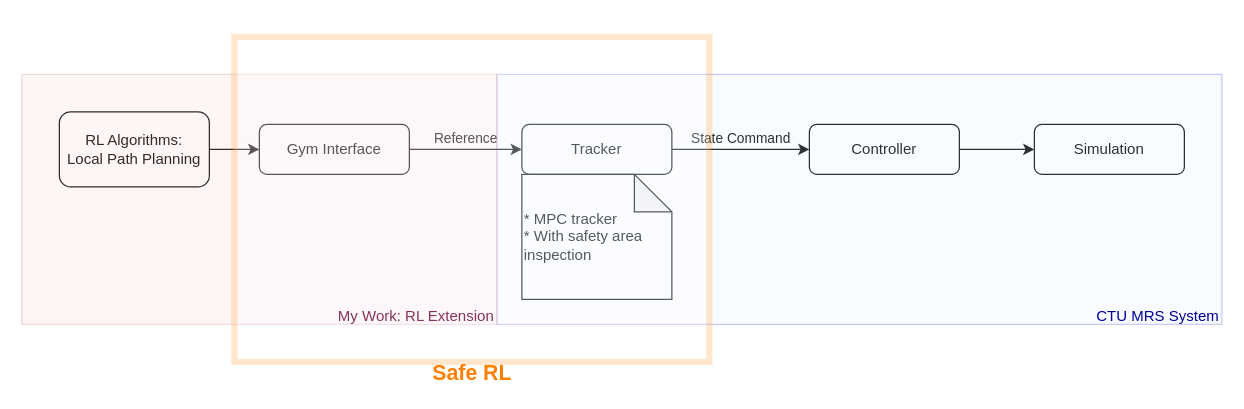
This is Untitled Diagram.drawio from Gaoyuan-Liu/debug, a draw.io file, before an edit. Source tidied: cells renumbered, new cells numbered last; positions are measured from the earlier drawing's top-left corner, leaving out a move shared by most shapes. Both pictures are drawn from the tidied source at 125%, with x=0, y=0 at pixel (21, 36).
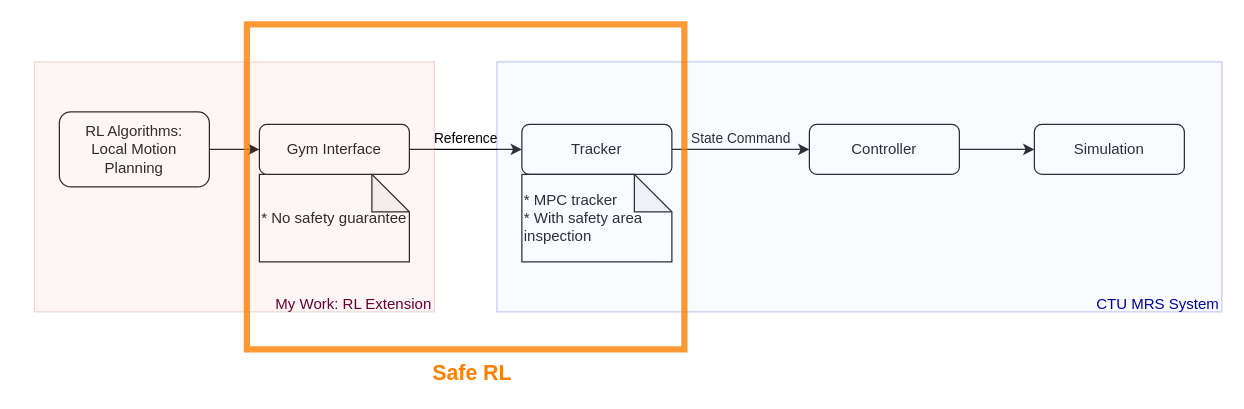
Above is the later version.

Diff of the diagram source:
```diff
@@
 <mxGraphModel>
   <root>
     <mxCell id="0" />
     <mxCell id="1" parent="0" />
+    <mxCell id="16" value="* No safety guarantee" style="shape=note;whiteSpace=wrap;html=1;backgroundOutline=1;darkOpacity=0.05;align=left;" parent="1" vertex="1">
+      <mxGeometry x="190" y="110" width="120" height="70" as="geometry" />
+    </mxCell>
     <mxCell id="2" value="Reference" style="edgeStyle=orthogonalEdgeStyle;rounded=0;jettySize=auto;html=1;verticalAlign=bottom;" parent="1" edge="1" source="3" target="5">
       <mxGeometry relative="1" as="geometry" />
     </mxCell>
     <mxCell id="3" value="Gym Interface" style="rounded=1;whiteSpace=wrap;html=1;fontSize=12;glass=0;strokeWidth=1;shadow=0;" parent="1" vertex="1">
       <mxGeometry x="190" y="70" width="120" height="40" as="geometry" />
     </mxCell>
     <mxCell id="4" value="State Command" style="edgeStyle=orthogonalEdgeStyle;rounded=0;jettySize=auto;html=1;verticalAlign=bottom;" parent="1" edge="1" source="5" target="7">
       <mxGeometry relative="1" as="geometry" />
     </mxCell>
     <mxCell id="5" value="Tracker" style="rounded=1;whiteSpace=wrap;html=1;fontSize=12;glass=0;strokeWidth=1;shadow=0;" parent="1" vertex="1">
       <mxGeometry x="400" y="70" width="120" height="40" as="geometry" />
     </mxCell>
     <mxCell id="6" style="edgeStyle=orthogonalEdgeStyle;rounded=0;jettySize=auto;html=1;" parent="1" edge="1" source="7" target="8">
       <mxGeometry relative="1" as="geometry" />
     </mxCell>
     <mxCell id="7" value="Controller" style="rounded=1;whiteSpace=wrap;html=1;fontSize=12;glass=0;strokeWidth=1;shadow=0;" parent="1" vertex="1">
       <mxGeometry x="630" y="70" width="120" height="40" as="geometry" />
     </mxCell>
     <mxCell id="8" value="Simulation" style="rounded=1;whiteSpace=wrap;html=1;fontSize=12;glass=0;strokeWidth=1;shadow=0;" parent="1" vertex="1">
       <mxGeometry x="810" y="70" width="120" height="40" as="geometry" />
     </mxCell>
     <mxCell id="9" value="&lt;span&gt;* MPC tracker&lt;/span&gt;&lt;br&gt;&lt;span&gt;* With safety area inspection&lt;/span&gt;" style="shape=note;whiteSpace=wrap;html=1;backgroundOutline=1;darkOpacity=0.05;align=left;" parent="1" vertex="1">
-      <mxGeometry x="400" y="110" width="120" height="100" as="geometry" />
+      <mxGeometry x="400" y="110" width="120" height="70" as="geometry" />
     </mxCell>
     <mxCell id="10" value="&lt;blockquote style=&quot;margin: 0px 0px 0px 40px ; border: none ; padding: 0px&quot;&gt;&lt;br&gt;&lt;/blockquote&gt;&lt;blockquote style=&quot;margin: 0px 0px 0px 40px ; border: none ; padding: 0px&quot;&gt;&lt;br&gt;&lt;/blockquote&gt;&lt;blockquote style=&quot;margin: 0px 0px 0px 40px ; border: none ; padding: 0px&quot;&gt;&lt;br&gt;&lt;/blockquote&gt;&lt;blockquote style=&quot;margin: 0px 0px 0px 40px ; border: none ; padding: 0px&quot;&gt;&lt;br&gt;&lt;/blockquote&gt;&lt;blockquote style=&quot;margin: 0px 0px 0px 40px ; border: none ; padding: 0px&quot;&gt;&lt;br&gt;&lt;/blockquote&gt;&lt;blockquote style=&quot;margin: 0px 0px 0px 40px ; border: none ; padding: 0px&quot;&gt;&lt;br&gt;&lt;/blockquote&gt;&lt;blockquote style=&quot;margin: 0px 0px 0px 40px ; border: none ; padding: 0px&quot;&gt;&lt;br&gt;&lt;/blockquote&gt;&lt;blockquote style=&quot;margin: 0px 0px 0px 40px ; border: none ; padding: 0px&quot;&gt;&lt;br&gt;&lt;/blockquote&gt;&lt;blockquote style=&quot;margin: 0px 0px 0px 40px ; border: none ; padding: 0px&quot;&gt;&lt;br&gt;&lt;/blockquote&gt;&lt;blockquote style=&quot;margin: 0px 0px 0px 40px ; border: none ; padding: 0px&quot;&gt;&lt;br&gt;&lt;/blockquote&gt;&lt;blockquote style=&quot;margin: 0px 0px 0px 40px ; border: none ; padding: 0px&quot;&gt;&lt;br&gt;&lt;/blockquote&gt;&lt;blockquote style=&quot;margin: 0px 0px 0px 40px ; border: none ; padding: 0px&quot;&gt;&lt;br&gt;&lt;/blockquote&gt;&lt;blockquote style=&quot;margin: 0px 0px 0px 40px ; border: none ; padding: 0px&quot;&gt;&lt;br&gt;&lt;/blockquote&gt;&lt;blockquote style=&quot;margin: 0px 0px 0px 40px ; border: none ; padding: 0px&quot;&gt;&lt;font color=&quot;#000099&quot;&gt;CTU MRS System&lt;/font&gt;&lt;/blockquote&gt;" style="rounded=0;whiteSpace=wrap;html=1;fillColor=#dae8fc;opacity=20;strokeColor=#0000CC;align=right;" parent="1" vertex="1">
-      <mxGeometry x="380" y="30" width="580" height="200" as="geometry" />
+      <mxGeometry x="380" y="20" width="580" height="200" as="geometry" />
     </mxCell>
     <mxCell id="11" style="edgeStyle=orthogonalEdgeStyle;rounded=0;jettySize=auto;html=1;" parent="1" edge="1" source="12" target="3">
       <mxGeometry relative="1" as="geometry" />
     </mxCell>
-    <mxCell id="12" value="RL Algorithms:&lt;br&gt;Local Path Planning" style="rounded=1;whiteSpace=wrap;html=1;gradientColor=none;strokeColor=#000003;" parent="1" vertex="1">
+    <mxCell id="12" value="RL Algorithms:&lt;br&gt;Local Motion Planning" style="rounded=1;whiteSpace=wrap;html=1;gradientColor=none;strokeColor=#000003;" parent="1" vertex="1">
       <mxGeometry x="30" y="60" width="120" height="60" as="geometry" />
     </mxCell>
     <mxCell id="13" value="&lt;div&gt;&lt;span&gt;&lt;br&gt;&lt;/span&gt;&lt;/div&gt;&lt;div&gt;&lt;span&gt;&lt;br&gt;&lt;/span&gt;&lt;/div&gt;&lt;div&gt;&lt;span&gt;&lt;br&gt;&lt;/span&gt;&lt;/div&gt;&lt;div&gt;&lt;span&gt;&lt;br&gt;&lt;/span&gt;&lt;/div&gt;&lt;div&gt;&lt;span&gt;&lt;br&gt;&lt;/span&gt;&lt;/div&gt;&lt;div&gt;&lt;span&gt;&lt;br&gt;&lt;/span&gt;&lt;/div&gt;&lt;div&gt;&lt;span&gt;&lt;br&gt;&lt;/span&gt;&lt;/div&gt;&lt;div&gt;&lt;span&gt;&lt;br&gt;&lt;/span&gt;&lt;/div&gt;&lt;div&gt;&lt;span&gt;&lt;br&gt;&lt;/span&gt;&lt;/div&gt;&lt;div&gt;&lt;span&gt;&lt;br&gt;&lt;/span&gt;&lt;/div&gt;&lt;div&gt;&lt;span&gt;&lt;br&gt;&lt;/span&gt;&lt;/div&gt;&lt;div&gt;&lt;span&gt;&lt;br&gt;&lt;/span&gt;&lt;/div&gt;&lt;div&gt;&lt;span&gt;&lt;br&gt;&lt;/span&gt;&lt;/div&gt;&lt;div&gt;&lt;span&gt;&lt;font color=&quot;#660033&quot;&gt;My Work: RL Extension&lt;/font&gt;&lt;/span&gt;&lt;/div&gt;" style="rounded=0;whiteSpace=wrap;html=1;strokeColor=#b85450;opacity=20;fillColor=#f8cecc;align=right;" parent="1" vertex="1">
-      <mxGeometry y="30" width="380" height="200" as="geometry" />
+      <mxGeometry x="10" y="20" width="320" height="200" as="geometry" />
     </mxCell>
-    <mxCell id="14" style="rounded=0;whiteSpace=wrap;html=1;gradientColor=none;opacity=20;strokeWidth=5;strokeColor=#FF8000;" parent="1" vertex="1">
-      <mxGeometry x="170" width="380" height="260" as="geometry" />
+    <mxCell id="14" style="rounded=0;whiteSpace=wrap;html=1;strokeWidth=5;strokeColor=#FF8000;fillColor=none;opacity=80;" parent="1" vertex="1">
+      <mxGeometry x="180" y="-10" width="350" height="260" as="geometry" />
     </mxCell>
     <mxCell id="15" value="&lt;b&gt;&lt;font style=&quot;font-size: 17px&quot; color=&quot;#ff8000&quot;&gt;Safe RL&lt;/font&gt;&lt;/b&gt;" style="text;html=1;align=center;verticalAlign=middle;" parent="1" vertex="1">
       <mxGeometry x="320" y="260" width="80" height="20" as="geometry" />
     </mxCell>
   </root>
 </mxGraphModel>
```
